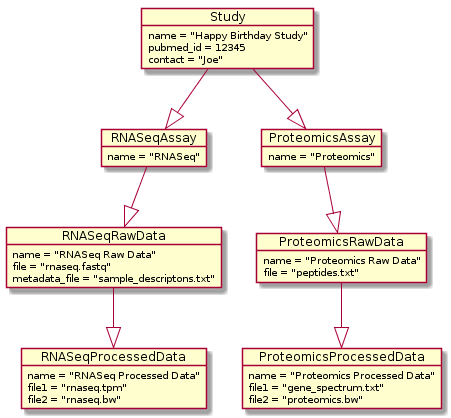
Above: project_planning/images/multiple_assays_uml.png in jbrestel/org-docs (PlantUML), before the change. Source of this version:
```plantuml
@startuml
object Study {
        name = "Happy Birthday Study"
        pubmed_id = 12345
        contact = "Joe"
}
object RNASeqAssay {
        name = "RNASeq"
}
object ProteomicsAssay {
        name = "Proteomics"
}
object RNASeqRawData {
        name = "RNASeq Raw Data"
        file = "rnaseq.fastq"
        metadata_file = "sample_descriptons.txt"
}
object RNASeqProcessedData {
        name = "RNASeq Processed Data"
        file1 = "rnaseq.tpm"
        file2 = "rnaseq.bw"
}
object ProteomicsRawData {
        name = "Proteomics Raw Data"
        file = "peptides.txt"
}
object ProteomicsProcessedData {
        name = "Proteomics Processed Data"
        file1 = "gene_spectrum.txt"
        file2 = "proteomics.bw"
}

Study --|> RNASeqAssay
Study --|> ProteomicsAssay
RNASeqAssay --|> RNASeqRawData
ProteomicsAssay --|> ProteomicsRawData
RNASeqRawData --|> RNASeqProcessedData
ProteomicsRawData --|> ProteomicsProcessedData
@enduml
```
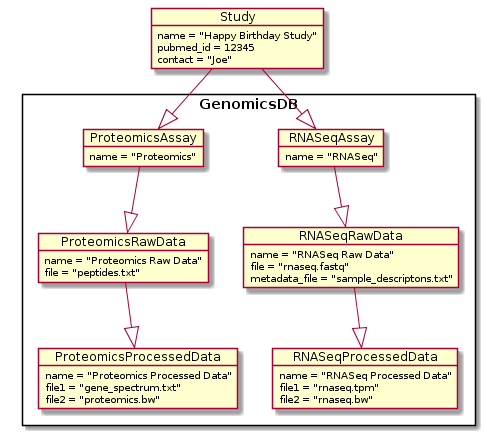
The same diagram one commit later.

Diff of the diagram source:
```diff
@@ -4,32 +4,33 @@
         pubmed_id = 12345
         contact = "Joe"
 }
-object RNASeqAssay {
-        name = "RNASeq"
+rectangle GenomicsDB {
+        object RNASeqAssay {
+                name = "RNASeq"
+        }
+        object ProteomicsAssay {
+                name = "Proteomics"
+        }
+        object RNASeqRawData {
+                name = "RNASeq Raw Data"
+                file = "rnaseq.fastq"
+                metadata_file = "sample_descriptons.txt"
+        }
+        object RNASeqProcessedData {
+                name = "RNASeq Processed Data"
+                file1 = "rnaseq.tpm"
+                file2 = "rnaseq.bw"
+        }
+        object ProteomicsRawData {
+                name = "Proteomics Raw Data"
+                file = "peptides.txt"
+        }
+        object ProteomicsProcessedData {
+                name = "Proteomics Processed Data"
+                file1 = "gene_spectrum.txt"
+                file2 = "proteomics.bw"
+        }
 }
-object ProteomicsAssay {
-        name = "Proteomics"
-}
-object RNASeqRawData {
-        name = "RNASeq Raw Data"
-        file = "rnaseq.fastq"
-        metadata_file = "sample_descriptons.txt"
-}
-object RNASeqProcessedData {
-        name = "RNASeq Processed Data"
-        file1 = "rnaseq.tpm"
-        file2 = "rnaseq.bw"
-}
-object ProteomicsRawData {
-        name = "Proteomics Raw Data"
-        file = "peptides.txt"
-}
-object ProteomicsProcessedData {
-        name = "Proteomics Processed Data"
-        file1 = "gene_spectrum.txt"
-        file2 = "proteomics.bw"
-}
-
 Study --|> RNASeqAssay
 Study --|> ProteomicsAssay
 RNASeqAssay --|> RNASeqRawData
```
